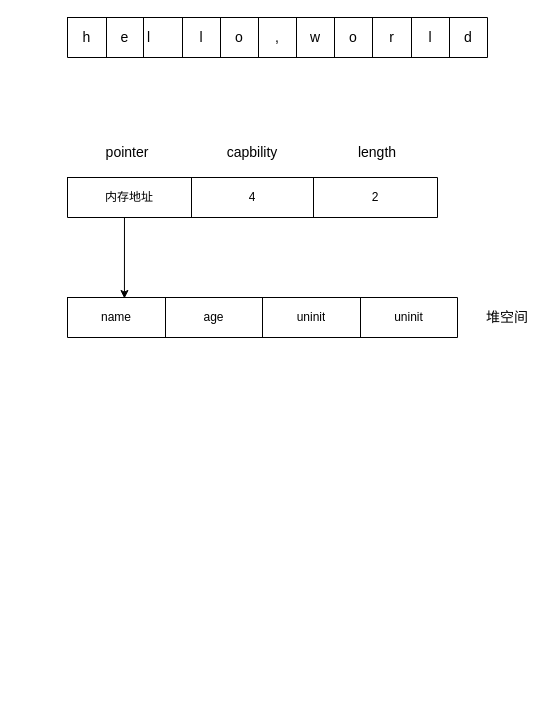
houyaowei/front-end-beautifier-in-process keeps this draw.io diagram as doc/diagram/第4章.drawio. Above is the earlier version. Source tidied: cells renumbered, new cells numbered last; positions are measured from the earlier drawing's top-left corner, leaving out a move shared by most shapes. Both pictures are drawn from the tidied source at 100%, with x=0, y=0 at pixel (67, 17).
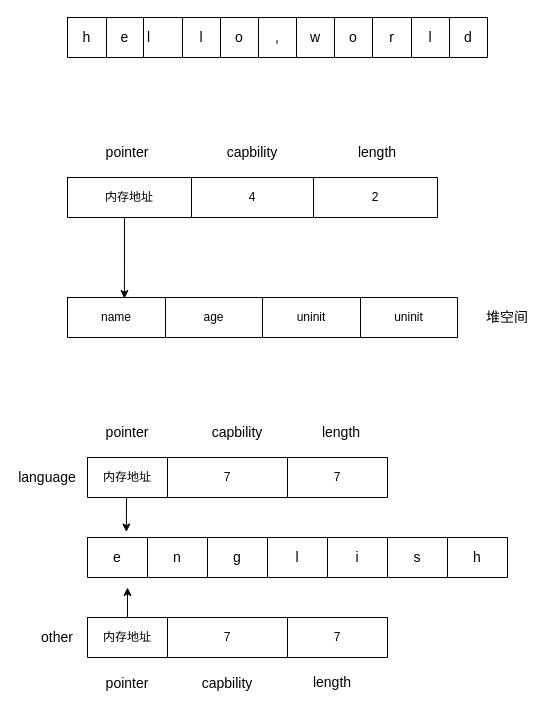
The same page after the edit.

The edit, as a diff of the source:
```diff
@@
+    <mxCell id="31" style="shape=table;startSize=0;childLayout=tableLayout;" parent="1" vertex="1">
+      <mxGeometry x="20" y="520" width="420" height="40" as="geometry" />
+    </mxCell>
+    <mxCell id="32" style="shape=tableRow;horizontal=0;startSize=0;swimlaneHead=0;swimlaneBody=0;strokeColor=inherit;top=0;left=0;bottom=0;right=0;fillColor=none;" parent="31" vertex="1">
+      <mxGeometry width="420" height="40" as="geometry" />
+    </mxCell>
+    <mxCell id="33" value="&lt;font style=&quot;font-size: 14px;&quot;&gt;e&lt;/font&gt;" style="shape=partialRectangle;html=1;whiteSpace=wrap;strokeColor=inherit;overflow=hidden;fillColor=none;top=0;left=0;bottom=0;right=0;" parent="32" vertex="1">
+      <mxGeometry width="60" height="40" as="geometry" />
+    </mxCell>
+    <mxCell id="34" value="&lt;font style=&quot;font-size: 14px;&quot;&gt;n&lt;/font&gt;" style="shape=partialRectangle;html=1;whiteSpace=wrap;strokeColor=inherit;overflow=hidden;fillColor=none;top=0;left=0;bottom=0;right=0;" parent="32" vertex="1">
+      <mxGeometry x="60" width="60" height="40" as="geometry" />
+    </mxCell>
+    <mxCell id="35" value="&lt;font style=&quot;font-size: 14px;&quot;&gt;g&lt;/font&gt;" style="shape=partialRectangle;html=1;whiteSpace=wrap;strokeColor=inherit;overflow=hidden;fillColor=none;top=0;left=0;bottom=0;right=0;" parent="32" vertex="1">
+      <mxGeometry x="120" width="60" height="40" as="geometry" />
+    </mxCell>
+    <mxCell id="36" value="&lt;font style=&quot;font-size: 14px;&quot;&gt;l&lt;/font&gt;" style="shape=partialRectangle;html=1;whiteSpace=wrap;strokeColor=inherit;overflow=hidden;fillColor=none;top=0;left=0;bottom=0;right=0;" parent="32" vertex="1">
+      <mxGeometry x="180" width="60" height="40" as="geometry" />
+    </mxCell>
+    <mxCell id="37" value="&lt;font style=&quot;font-size: 14px;&quot;&gt;i&lt;/font&gt;" style="shape=partialRectangle;html=1;whiteSpace=wrap;strokeColor=inherit;overflow=hidden;fillColor=none;top=0;left=0;bottom=0;right=0;" parent="32" vertex="1">
+      <mxGeometry x="240" width="60" height="40" as="geometry" />
+    </mxCell>
+    <mxCell id="38" value="&lt;font style=&quot;font-size: 14px;&quot;&gt;s&lt;/font&gt;" style="shape=partialRectangle;html=1;whiteSpace=wrap;strokeColor=inherit;overflow=hidden;fillColor=none;top=0;left=0;bottom=0;right=0;" parent="32" vertex="1">
+      <mxGeometry x="300" width="60" height="40" as="geometry" />
+    </mxCell>
+    <mxCell id="39" value="&lt;font style=&quot;font-size: 14px;&quot;&gt;h&lt;/font&gt;" style="shape=partialRectangle;html=1;whiteSpace=wrap;strokeColor=inherit;overflow=hidden;fillColor=none;top=0;left=0;bottom=0;right=0;" parent="32" vertex="1">
+      <mxGeometry x="360" width="60" height="40" as="geometry" />
+    </mxCell>
+    <mxCell id="40" style="shape=table;startSize=0;childLayout=tableLayout;" parent="1" vertex="1">
+      <mxGeometry x="20" y="440" width="300" height="40" as="geometry" />
+    </mxCell>
+    <mxCell id="41" style="shape=tableRow;horizontal=0;startSize=0;swimlaneHead=0;swimlaneBody=0;strokeColor=inherit;top=0;left=0;bottom=0;right=0;fillColor=none;" parent="40" vertex="1">
+      <mxGeometry width="300" height="40" as="geometry" />
+    </mxCell>
+    <mxCell id="42" value="内存地址" style="shape=partialRectangle;html=1;whiteSpace=wrap;strokeColor=inherit;overflow=hidden;fillColor=none;top=0;left=0;bottom=0;right=0;" parent="41" vertex="1">
+      <mxGeometry width="80" height="40" as="geometry" />
+    </mxCell>
+    <mxCell id="43" value="7" style="shape=partialRectangle;html=1;whiteSpace=wrap;strokeColor=inherit;overflow=hidden;fillColor=none;top=0;left=0;bottom=0;right=0;" parent="41" vertex="1">
+      <mxGeometry x="80" width="120" height="40" as="geometry" />
+    </mxCell>
+    <mxCell id="44" value="7" style="shape=partialRectangle;html=1;whiteSpace=wrap;strokeColor=inherit;overflow=hidden;fillColor=none;top=0;left=0;bottom=0;right=0;" parent="41" vertex="1">
+      <mxGeometry x="200" width="100" height="40" as="geometry" />
+    </mxCell>
+    <mxCell id="45" value="&lt;font style=&quot;font-size: 14px;&quot;&gt;pointer&lt;/font&gt;" style="text;html=1;align=center;verticalAlign=middle;whiteSpace=wrap;rounded=0;" parent="1" vertex="1">
+      <mxGeometry x="30" y="400" width="60" height="30" as="geometry" />
+    </mxCell>
+    <mxCell id="46" value="&lt;font style=&quot;font-size: 14px;&quot;&gt;capbility&lt;/font&gt;" style="text;html=1;align=center;verticalAlign=middle;whiteSpace=wrap;rounded=0;" parent="1" vertex="1">
+      <mxGeometry x="130" y="400" width="80" height="30" as="geometry" />
+    </mxCell>
+    <mxCell id="47" value="&lt;font style=&quot;font-size: 14px;&quot;&gt;length&lt;/font&gt;" style="text;html=1;align=center;verticalAlign=middle;whiteSpace=wrap;rounded=0;" parent="1" vertex="1">
+      <mxGeometry x="234" y="400" width="80" height="30" as="geometry" />
+    </mxCell>
+    <mxCell id="48" value="&lt;font style=&quot;font-size: 14px;&quot;&gt;language&lt;/font&gt;" style="text;html=1;align=center;verticalAlign=middle;whiteSpace=wrap;rounded=0;" parent="1" vertex="1">
+      <mxGeometry x="-50" y="445" width="60" height="30" as="geometry" />
+    </mxCell>
+    <mxCell id="49" style="shape=table;startSize=0;childLayout=tableLayout;" parent="1" vertex="1">
+      <mxGeometry x="20" y="600" width="300" height="40" as="geometry" />
+    </mxCell>
+    <mxCell id="50" style="shape=tableRow;horizontal=0;startSize=0;swimlaneHead=0;swimlaneBody=0;strokeColor=inherit;top=0;left=0;bottom=0;right=0;fillColor=none;" parent="49" vertex="1">
+      <mxGeometry width="300" height="40" as="geometry" />
+    </mxCell>
+    <mxCell id="51" value="内存地址" style="shape=partialRectangle;html=1;whiteSpace=wrap;strokeColor=inherit;overflow=hidden;fillColor=none;top=0;left=0;bottom=0;right=0;" parent="50" vertex="1">
+      <mxGeometry width="80" height="40" as="geometry" />
+    </mxCell>
+    <mxCell id="52" value="7" style="shape=partialRectangle;html=1;whiteSpace=wrap;strokeColor=inherit;overflow=hidden;fillColor=none;top=0;left=0;bottom=0;right=0;" parent="50" vertex="1">
+      <mxGeometry x="80" width="120" height="40" as="geometry" />
+    </mxCell>
+    <mxCell id="53" value="7" style="shape=partialRectangle;html=1;whiteSpace=wrap;strokeColor=inherit;overflow=hidden;fillColor=none;top=0;left=0;bottom=0;right=0;" parent="50" vertex="1">
+      <mxGeometry x="200" width="100" height="40" as="geometry" />
+    </mxCell>
+    <mxCell id="54" value="&lt;font style=&quot;font-size: 14px;&quot;&gt;pointer&lt;/font&gt;" style="text;html=1;align=center;verticalAlign=middle;whiteSpace=wrap;rounded=0;" parent="1" vertex="1">
+      <mxGeometry x="30" y="651" width="60" height="30" as="geometry" />
+    </mxCell>
+    <mxCell id="55" value="&lt;font style=&quot;font-size: 14px;&quot;&gt;capbility&lt;/font&gt;" style="text;html=1;align=center;verticalAlign=middle;whiteSpace=wrap;rounded=0;" parent="1" vertex="1">
+      <mxGeometry x="120" y="651" width="80" height="30" as="geometry" />
+    </mxCell>
+    <mxCell id="56" value="&lt;font style=&quot;font-size: 14px;&quot;&gt;length&lt;/font&gt;" style="text;html=1;align=center;verticalAlign=middle;whiteSpace=wrap;rounded=0;" parent="1" vertex="1">
+      <mxGeometry x="225" y="650" width="80" height="30" as="geometry" />
+    </mxCell>
+    <mxCell id="57" value="&lt;font style=&quot;font-size: 14px;&quot;&gt;other&lt;/font&gt;" style="text;html=1;align=center;verticalAlign=middle;whiteSpace=wrap;rounded=0;" parent="1" vertex="1">
+      <mxGeometry x="-40" y="605" width="60" height="30" as="geometry" />
+    </mxCell>
+    <mxCell id="58" style="endArrow=classic;html=1;rounded=0;entryX=0.095;entryY=-0.137;entryDx=0;entryDy=0;entryPerimeter=0;" parent="1" edge="1">
+      <mxGeometry relative="1" as="geometry">
+        <mxPoint x="59" y="480" as="sourcePoint" />
+        <mxPoint x="58.9" y="514.5" as="targetPoint" />
+      </mxGeometry>
+    </mxCell>
+    <mxCell id="59" style="endArrow=classic;html=1;rounded=0;" parent="1" edge="1">
+      <mxGeometry relative="1" as="geometry">
+        <mxPoint x="60" y="600" as="sourcePoint" />
+        <mxPoint x="60" y="570" as="targetPoint" />
+      </mxGeometry>
+    </mxCell>
```
